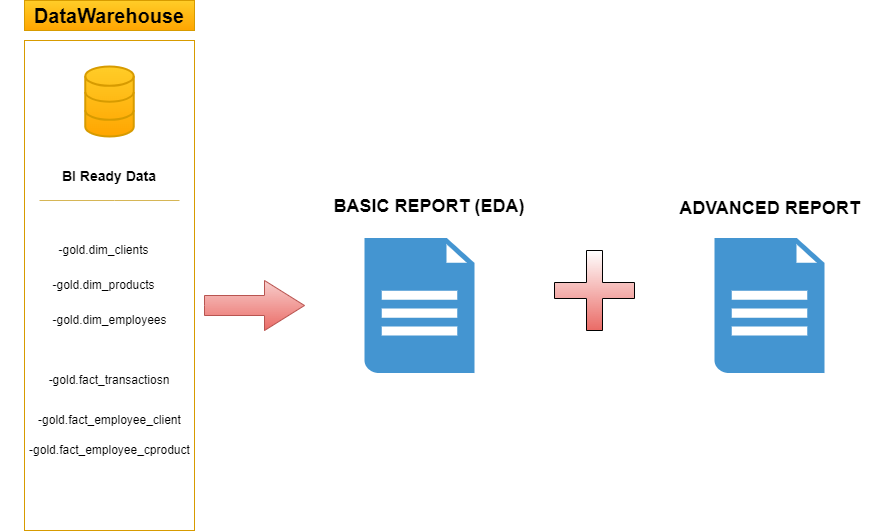
Earlier version of the draw.io export visual_documentation/png/report_structure.png (theodorosmalezidis/Investment_Firm_Analytics). Source tidied: cells renumbered, new cells last; positions are measured from the earlier drawing's top-left corner, leaving out a move shared by most shapes.
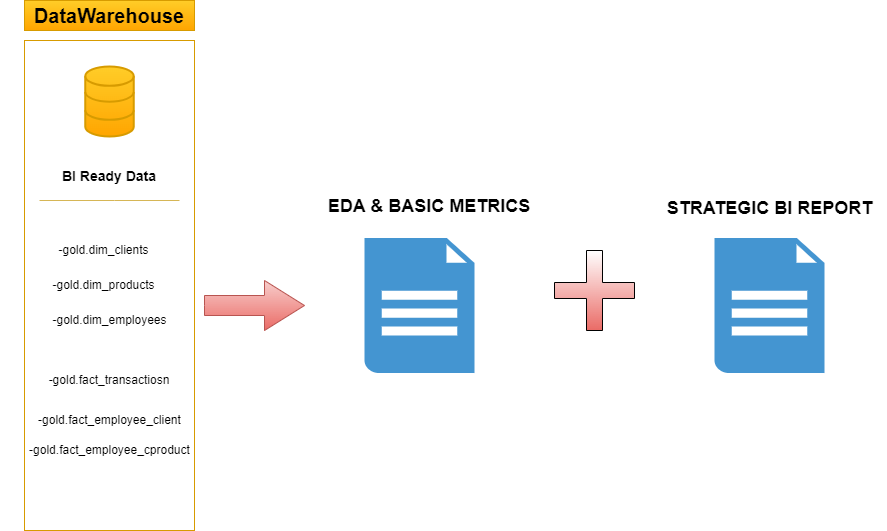
The same file after the commit.

Change to the diagram source:
```diff
@@ -51,10 +51,10 @@
     <mxCell id="15" style="shadow=0;dashed=0;html=1;strokeColor=none;fillColor=#4495D1;labelPosition=center;verticalLabelPosition=bottom;verticalAlign=top;align=center;shape=mxgraph.veeam.2d.report;" parent="1" vertex="1">
       <mxGeometry x="364" y="237.5" width="110" height="135" as="geometry" />
     </mxCell>
-    <mxCell id="16" value="&lt;span style=&quot;font-size: 18px; font-weight: 700;&quot;&gt;ADVANCED REPORT&lt;/span&gt;" style="text;html=1;align=center;verticalAlign=middle;whiteSpace=wrap;rounded=0;" parent="1" vertex="1">
+    <mxCell id="16" value="&lt;span style=&quot;font-size: 18px; font-weight: 700;&quot;&gt;STRATEGIC BI REPORT&lt;/span&gt;" style="text;html=1;align=center;verticalAlign=middle;whiteSpace=wrap;rounded=0;" parent="1" vertex="1">
       <mxGeometry x="651.5" y="177.5" width="235" height="60" as="geometry" />
     </mxCell>
-    <mxCell id="17" value="&lt;span style=&quot;font-size: 18px; font-weight: 700;&quot;&gt;BASIC REPORT (EDA)&lt;/span&gt;" style="text;html=1;align=center;verticalAlign=middle;whiteSpace=wrap;rounded=0;" parent="1" vertex="1">
+    <mxCell id="17" value="&lt;span style=&quot;font-size: 18px; font-weight: 700;&quot;&gt;EDA &amp;amp; BASIC METRICS&lt;/span&gt;" style="text;html=1;align=center;verticalAlign=middle;whiteSpace=wrap;rounded=0;" parent="1" vertex="1">
       <mxGeometry x="324" y="190.5" width="210" height="30" as="geometry" />
     </mxCell>
     <mxCell id="18" style="shadow=0;dashed=0;html=1;strokeColor=none;fillColor=#4495D1;labelPosition=center;verticalLabelPosition=bottom;verticalAlign=top;align=center;shape=mxgraph.veeam.2d.report;" parent="1" vertex="1">
```
